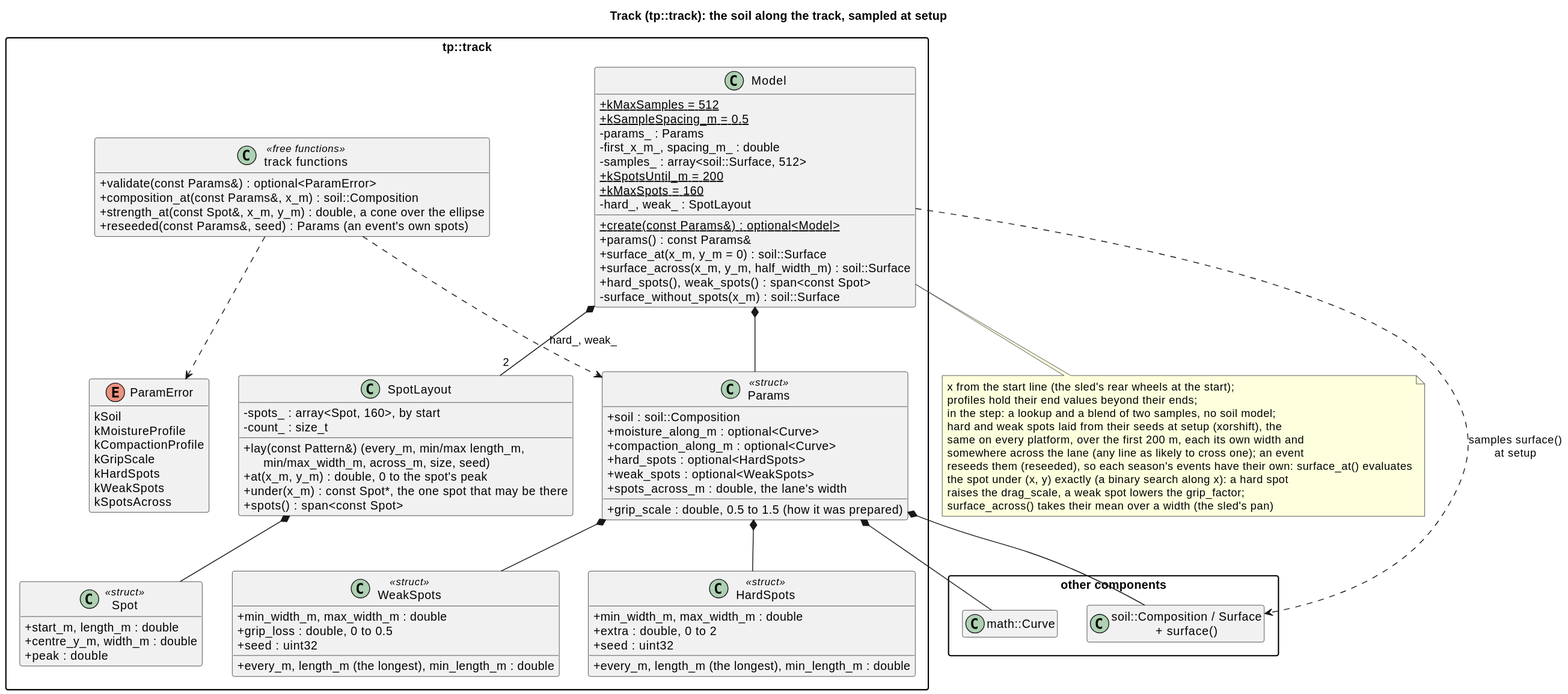
This is docs/diagrams/svg/track_classes.svg from wversteeg/TractorPulling, a PlantUML export, as it was before one commit.
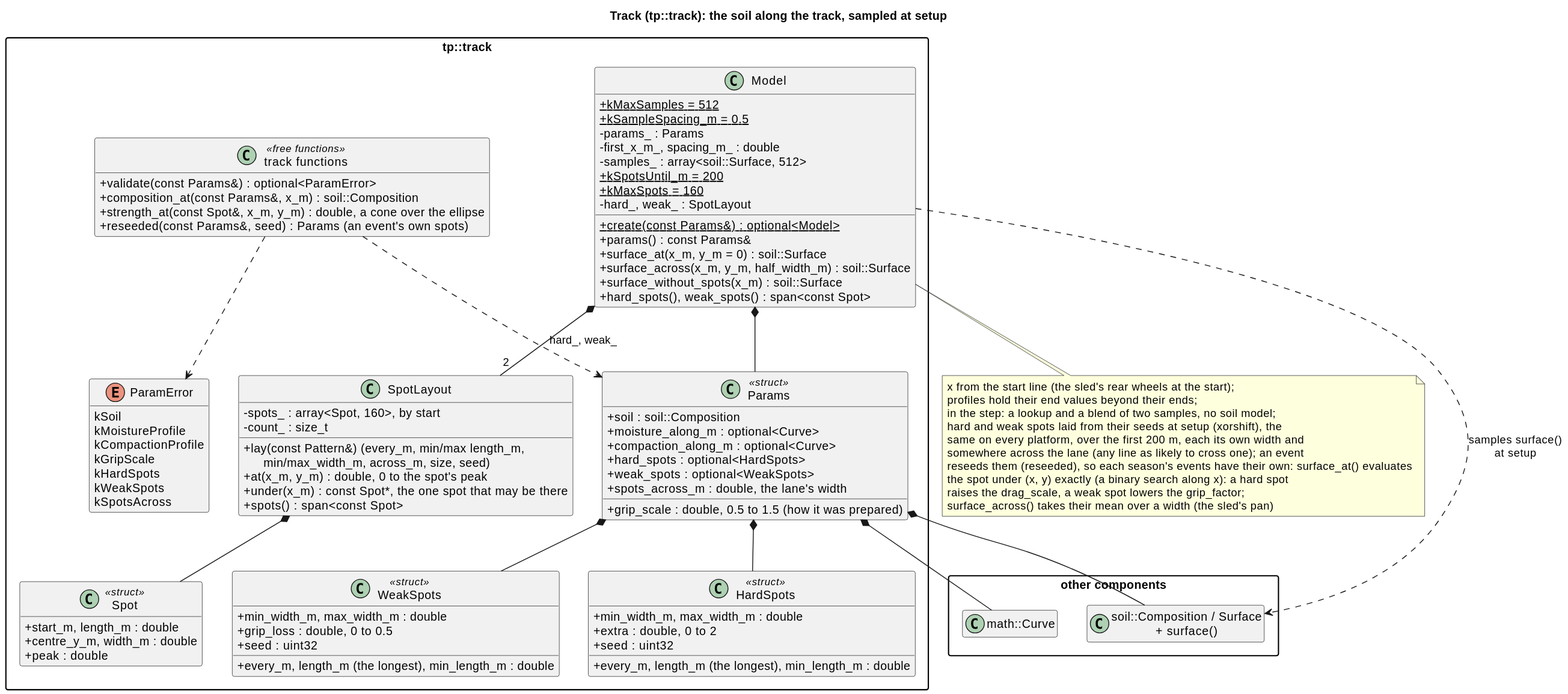
Above is the later version.

The edit, as a diff of the source:
```diff
@@ -57,8 +57,8 @@
     +params() : const Params&
     +surface_at(x_m, y_m = 0) : soil::Surface
     +surface_across(x_m, y_m, half_width_m) : soil::Surface
+    +surface_without_spots(x_m) : soil::Surface
     +hard_spots(), weak_spots() : span<const Spot>
-    -surface_without_spots(x_m) : soil::Surface
   }
   enum ParamError {
     kSoil
```
